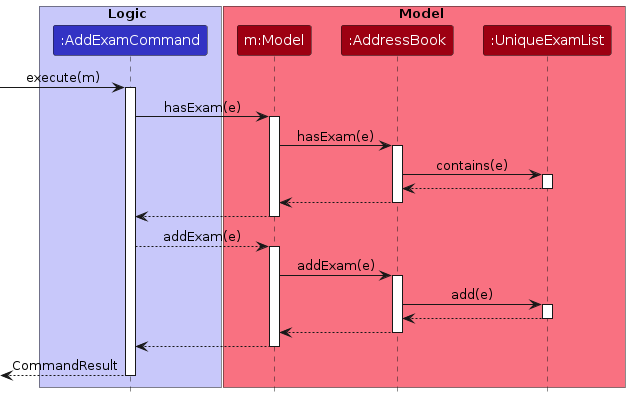
Above: diagrams/AddExamExecutionSequenceDiagram.png in AY2324S2-CS2103T-T10-1/tp (PlantUML), before the change. Its source is kept beside it as diagrams/AddExamExecutionSequenceDiagram.puml.
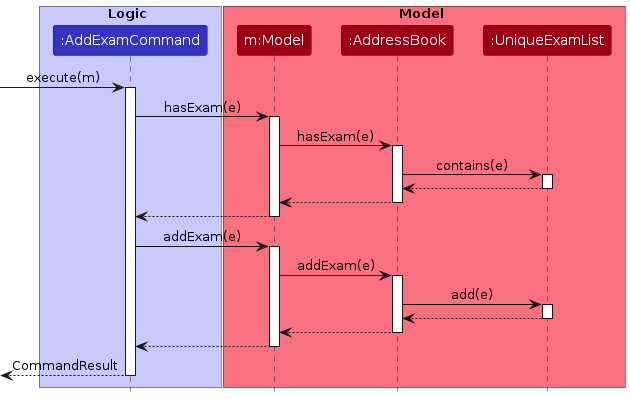
After the commit.

The edit, as a diff of the source:
```diff
@@ -33,7 +33,7 @@
 Model --> AddExamCommand
 deactivate Model
 
-AddExamCommand --> Model : addExam(e)
+AddExamCommand -> Model : addExam(e)
 activate Model
 
 Model -> AddressBook : addExam(e)
```
